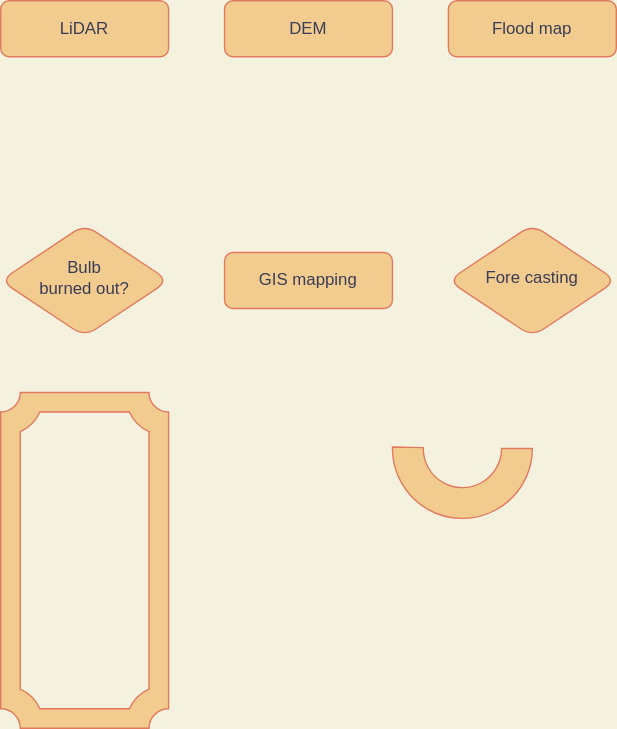
This is Flow-Planning.drawio.svg from anixn/Diagrams.net, a draw.io export, as it was before one commit. Source tidied: cells renumbered, new cells last; positions are measured from the earlier drawing's top-left corner, leaving out a move shared by most shapes.
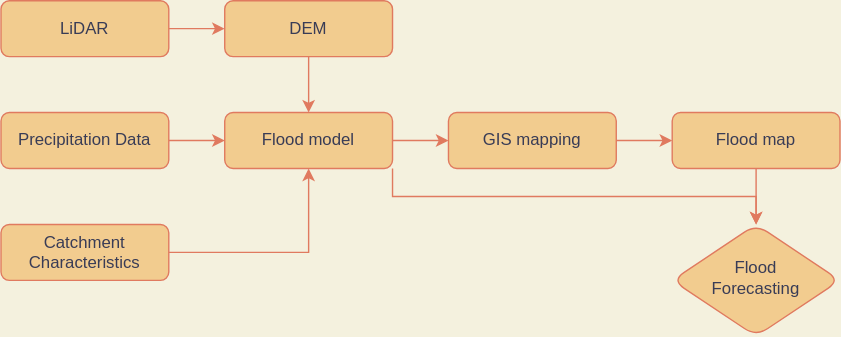
Later version of the same file.

The edit, as a diff of the source:
```diff
@@ -2,29 +2,53 @@
   <root>
     <mxCell id="0" />
     <mxCell id="1" parent="0" />
+    <mxCell id="10" style="edgeStyle=orthogonalEdgeStyle;rounded=0;jettySize=auto;html=1;exitX=1;exitY=0.5;exitDx=0;exitDy=0;fontSize=19;fontColor=#E6D0DE;strokeColor=#E07A5F;fillColor=#F2CC8F;" parent="1" edge="1" source="2" target="4">
+      <mxGeometry relative="1" as="geometry" />
+    </mxCell>
     <mxCell id="2" value="LiDAR" style="rounded=1;whiteSpace=wrap;html=1;fontSize=12;glass=0;strokeWidth=1;shadow=0;fillColor=#F2CC8F;strokeColor=#E07A5F;fontColor=#393C56;" parent="1" vertex="1">
       <mxGeometry width="120" height="40" as="geometry" />
     </mxCell>
-    <mxCell id="3" value="Fore casting" style="rhombus;whiteSpace=wrap;html=1;shadow=0;fontFamily=Helvetica;fontSize=12;align=center;strokeWidth=1;spacing=6;spacingTop=-4;rounded=1;fillColor=#F2CC8F;strokeColor=#E07A5F;fontColor=#393C56;" parent="1" vertex="1">
-      <mxGeometry x="320" y="160" width="120" height="80" as="geometry" />
+    <mxCell id="3" value="Flood&lt;br&gt;Forecasting" style="rhombus;whiteSpace=wrap;html=1;shadow=0;fontFamily=Helvetica;fontSize=12;align=center;strokeWidth=1;spacing=6;spacingTop=-4;rounded=1;fillColor=#F2CC8F;strokeColor=#E07A5F;fontColor=#393C56;" parent="1" vertex="1">
+      <mxGeometry x="480" y="160" width="120" height="80" as="geometry" />
     </mxCell>
+    <mxCell id="11" style="edgeStyle=orthogonalEdgeStyle;rounded=0;jettySize=auto;html=1;exitX=0.5;exitY=1;exitDx=0;exitDy=0;entryX=0.5;entryY=0;entryDx=0;entryDy=0;fontSize=19;fontColor=#E6D0DE;strokeColor=#E07A5F;fillColor=#F2CC8F;" parent="1" edge="1" source="4" target="18">
+      <mxGeometry relative="1" as="geometry" />
+    </mxCell>
     <mxCell id="4" value="DEM" style="rounded=1;whiteSpace=wrap;html=1;fontSize=12;glass=0;strokeWidth=1;shadow=0;fillColor=#F2CC8F;strokeColor=#E07A5F;fontColor=#393C56;" parent="1" vertex="1">
       <mxGeometry x="160" width="120" height="40" as="geometry" />
     </mxCell>
-    <mxCell id="5" value="Bulb&lt;br&gt;burned out?" style="rhombus;whiteSpace=wrap;html=1;shadow=0;fontFamily=Helvetica;fontSize=12;align=center;strokeWidth=1;spacing=6;spacingTop=-4;rounded=1;fillColor=#F2CC8F;strokeColor=#E07A5F;fontColor=#393C56;" parent="1" vertex="1">
-      <mxGeometry y="160" width="120" height="80" as="geometry" />
-    </mxCell>
+    <mxCell id="12" style="edgeStyle=orthogonalEdgeStyle;rounded=0;jettySize=auto;html=1;exitX=1;exitY=0.5;exitDx=0;exitDy=0;entryX=0;entryY=0.5;entryDx=0;entryDy=0;fontSize=19;fontColor=#E6D0DE;strokeColor=#E07A5F;fillColor=#F2CC8F;" parent="1" edge="1" source="6" target="7">
+      <mxGeometry relative="1" as="geometry" />
+    </mxCell>
     <mxCell id="6" value="GIS mapping" style="rounded=1;whiteSpace=wrap;html=1;fontSize=12;glass=0;strokeWidth=1;shadow=0;fillColor=#F2CC8F;strokeColor=#E07A5F;fontColor=#393C56;" parent="1" vertex="1">
-      <mxGeometry x="160" y="180" width="120" height="40" as="geometry" />
+      <mxGeometry x="320" y="80" width="120" height="40" as="geometry" />
     </mxCell>
+    <mxCell id="13" style="edgeStyle=orthogonalEdgeStyle;rounded=0;jettySize=auto;html=1;exitX=0.5;exitY=1;exitDx=0;exitDy=0;fontSize=19;fontColor=#E6D0DE;strokeColor=#E07A5F;fillColor=#F2CC8F;" parent="1" edge="1" source="7" target="3">
+      <mxGeometry relative="1" as="geometry" />
+    </mxCell>
     <mxCell id="7" value="Flood map" style="rounded=1;whiteSpace=wrap;html=1;fontSize=12;glass=0;strokeWidth=1;shadow=0;fillColor=#F2CC8F;strokeColor=#E07A5F;fontColor=#393C56;" parent="1" vertex="1">
-      <mxGeometry x="320" width="120" height="40" as="geometry" />
+      <mxGeometry x="480" y="80" width="120" height="40" as="geometry" />
     </mxCell>
-    <mxCell id="8" style="verticalLabelPosition=bottom;verticalAlign=top;html=1;shape=mxgraph.basic.plaque_frame;dx=14;fontColor=#393C56;strokeColor=#E07A5F;fillColor=#F2CC8F;direction=south;" parent="1" vertex="1">
-      <mxGeometry y="280" width="120" height="240" as="geometry" />
-    </mxCell>
-    <mxCell id="9" style="verticalLabelPosition=bottom;verticalAlign=top;html=1;shape=mxgraph.basic.partConcEllipse;startAngle=0.25;endAngle=0.7531826745504864;arcWidth=0.44;fontColor=#393C56;strokeColor=#E07A5F;fillColor=#F2CC8F;" parent="1" vertex="1">
-      <mxGeometry x="280" y="270" width="100" height="100" as="geometry" />
-    </mxCell>
+    <mxCell id="14" style="edgeStyle=orthogonalEdgeStyle;rounded=0;jettySize=auto;html=1;exitX=1;exitY=0.5;exitDx=0;exitDy=0;fontSize=19;fontColor=#E6D0DE;strokeColor=#E07A5F;fillColor=#F2CC8F;" parent="1" edge="1" source="15" target="18">
+      <mxGeometry relative="1" as="geometry" />
+    </mxCell>
+    <mxCell id="15" value="Precipitation Data" style="rounded=1;whiteSpace=wrap;html=1;fontSize=12;glass=0;strokeWidth=1;shadow=0;fillColor=#F2CC8F;strokeColor=#E07A5F;fontColor=#393C56;" parent="1" vertex="1">
+      <mxGeometry y="80" width="120" height="40" as="geometry" />
+    </mxCell>
+    <mxCell id="16" style="edgeStyle=orthogonalEdgeStyle;rounded=0;jettySize=auto;html=1;exitX=1;exitY=0.5;exitDx=0;exitDy=0;entryX=0;entryY=0.5;entryDx=0;entryDy=0;fontSize=19;fontColor=#E6D0DE;strokeColor=#E07A5F;fillColor=#F2CC8F;" parent="1" edge="1" source="18" target="6">
+      <mxGeometry relative="1" as="geometry" />
+    </mxCell>
+    <mxCell id="17" style="edgeStyle=orthogonalEdgeStyle;rounded=0;jettySize=auto;html=1;exitX=1;exitY=1;exitDx=0;exitDy=0;fontSize=19;fontColor=#E6D0DE;strokeColor=#E07A5F;fillColor=#F2CC8F;" parent="1" edge="1" source="18" target="3">
+      <mxGeometry relative="1" as="geometry" />
+    </mxCell>
+    <mxCell id="18" value="Flood model" style="rounded=1;whiteSpace=wrap;html=1;fontSize=12;glass=0;strokeWidth=1;shadow=0;fillColor=#F2CC8F;strokeColor=#E07A5F;fontColor=#393C56;" parent="1" vertex="1">
+      <mxGeometry x="160" y="80" width="120" height="40" as="geometry" />
+    </mxCell>
+    <mxCell id="19" style="edgeStyle=orthogonalEdgeStyle;rounded=0;jettySize=auto;html=1;exitX=1;exitY=0.5;exitDx=0;exitDy=0;entryX=0.5;entryY=1;entryDx=0;entryDy=0;fontSize=19;fontColor=#E6D0DE;strokeColor=#E07A5F;fillColor=#F2CC8F;" parent="1" edge="1" source="20" target="18">
+      <mxGeometry relative="1" as="geometry" />
+    </mxCell>
+    <mxCell id="20" value="Catchment Characteristics" style="rounded=1;whiteSpace=wrap;html=1;fontSize=12;glass=0;strokeWidth=1;shadow=0;fillColor=#F2CC8F;strokeColor=#E07A5F;fontColor=#393C56;" parent="1" vertex="1">
+      <mxGeometry y="160" width="120" height="40" as="geometry" />
+    </mxCell>
   </root>
 </mxGraphModel>
```
